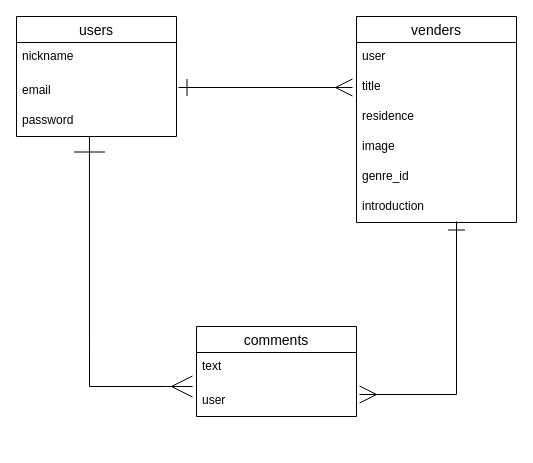
Before: test.dio in minaema1111/vensee, a draw.io diagram. Source tidied: cells renumbered, new cells numbered last; positions are measured from the earlier drawing's top-left corner, leaving out a move shared by most shapes. Both pictures are drawn from the tidied source at 100%, with x=0, y=0 at pixel (16, 16).
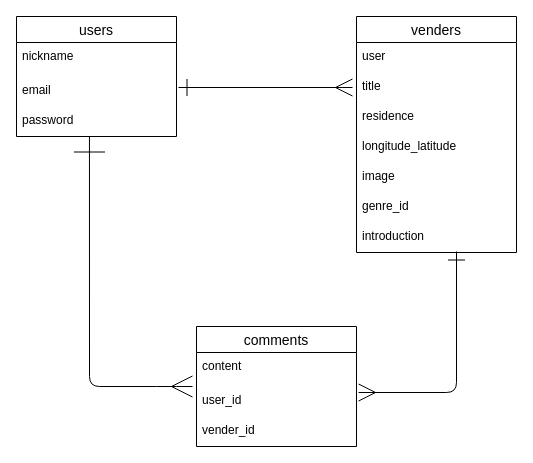
The same diagram, later.

The change refers to these unchanged cells:
```xml
<mxCell id="5" value="password" style="text;strokeColor=none;fillColor=none;spacingLeft=4;spacingRight=4;overflow=hidden;points=[[0,0.5],[1,0.5]];portConstraint=eastwest;fontSize=12;" parent="2" vertex="1">
  <mxGeometry y="90" width="160" height="30" as="geometry" />
</mxCell>
```

Change to the diagram source:
```diff
@@
     <mxCell id="6" value="venders" style="swimlane;fontStyle=0;horizontal=1;startSize=26;align=center;fontSize=14;" parent="1" vertex="1">
-      <mxGeometry x="340" width="160" height="206" as="geometry" />
+      <mxGeometry x="340" width="160" height="236" as="geometry" />
     </mxCell>
@@
+    <mxCell id="11" value="longitude_latitude" style="text;strokeColor=none;fillColor=none;spacingLeft=4;spacingRight=4;overflow=hidden;fontSize=12;" parent="6" vertex="1">
+      <mxGeometry y="116" width="160" height="30" as="geometry" />
+    </mxCell>
     <mxCell id="10" value="image" style="text;strokeColor=none;fillColor=none;spacingLeft=4;spacingRight=4;overflow=hidden;fontSize=12;" parent="6" vertex="1">
-      <mxGeometry y="116" width="160" height="30" as="geometry" />
+      <mxGeometry y="146" width="160" height="30" as="geometry" />
     </mxCell>
-    <mxCell id="11" value="genre_id" style="text;strokeColor=none;fillColor=none;spacingLeft=4;spacingRight=4;overflow=hidden;fontSize=12;" parent="6" vertex="1">
-      <mxGeometry y="146" width="160" height="30" as="geometry" />
-    </mxCell>
+    <mxCell id="19" value="genre_id" style="text;strokeColor=none;fillColor=none;spacingLeft=4;spacingRight=4;overflow=hidden;fontSize=12;" parent="6" vertex="1">
+      <mxGeometry y="176" width="160" height="30" as="geometry" />
+    </mxCell>
     <mxCell id="12" value="introduction" style="text;strokeColor=none;fillColor=none;spacingLeft=4;spacingRight=4;overflow=hidden;points=[[0,0.5],[1,0.5]];portConstraint=eastwest;fontSize=12;" parent="6" vertex="1">
-      <mxGeometry y="176" width="160" height="30" as="geometry" />
+      <mxGeometry y="206" width="160" height="30" as="geometry" />
     </mxCell>
     <mxCell id="13" value="comments" style="swimlane;fontStyle=0;horizontal=1;startSize=26;align=center;fontSize=14;" parent="1" vertex="1">
-      <mxGeometry x="180" y="310" width="160" height="90" as="geometry" />
+      <mxGeometry x="180" y="310" width="160" height="120" as="geometry" />
     </mxCell>
-    <mxCell id="14" value="text" style="text;strokeColor=none;fillColor=none;spacingLeft=4;spacingRight=4;overflow=hidden;fontSize=12;" parent="13" vertex="1">
+    <mxCell id="14" value="content" style="text;strokeColor=none;fillColor=none;spacingLeft=4;spacingRight=4;overflow=hidden;fontSize=12;" parent="13" vertex="1">
       <mxGeometry y="26" width="160" height="34" as="geometry" />
     </mxCell>
+    <mxCell id="20" value="user_id" style="text;strokeColor=none;fillColor=none;spacingLeft=4;spacingRight=4;overflow=hidden;points=[[0,0.5],[1,0.5]];portConstraint=eastwest;fontSize=12;" parent="13" vertex="1">
+      <mxGeometry y="60" width="160" height="30" as="geometry" />
+    </mxCell>
-    <mxCell id="15" value="user" style="text;strokeColor=none;fillColor=none;spacingLeft=4;spacingRight=4;overflow=hidden;points=[[0,0.5],[1,0.5]];portConstraint=eastwest;fontSize=12;" parent="13" vertex="1">
-      <mxGeometry y="60" width="160" height="30" as="geometry" />
+    <mxCell id="15" value="vender_id" style="text;strokeColor=none;fillColor=none;spacingLeft=4;spacingRight=4;overflow=hidden;points=[[0,0.5],[1,0.5]];portConstraint=eastwest;fontSize=12;" parent="13" vertex="1">
+      <mxGeometry y="90" width="160" height="30" as="geometry" />
     </mxCell>
-    <mxCell id="16" style="endArrow=ERone;html=1;entryX=0.456;entryY=1;entryDx=0;entryDy=0;entryPerimeter=0;rounded=0;strokeWidth=1;startArrow=ERmany;startFill=0;startSize=19;endFill=0;endSize=29;" parent="1" edge="1" target="5">
+    <mxCell id="16" style="endArrow=ERone;html=1;entryX=0.456;entryY=1;entryDx=0;entryDy=0;entryPerimeter=0;strokeWidth=1;startArrow=ERmany;startFill=0;startSize=19;endFill=0;endSize=29;" parent="1" edge="1" target="5">
       <mxGeometry relative="1" as="geometry">
         <mxPoint x="176" y="370" as="sourcePoint" />
         <Array as="points">
           <mxPoint x="150" y="370" />
           <mxPoint x="73" y="370" />
         </Array>
       </mxGeometry>
     </mxCell>
@@
-    <mxCell id="18" style="endArrow=ERone;html=1;startSize=15;endSize=15;strokeWidth=1;entryX=0.625;entryY=0.967;entryDx=0;entryDy=0;entryPerimeter=0;exitX=1.019;exitY=0.267;exitDx=0;exitDy=0;exitPerimeter=0;rounded=0;startArrow=ERmany;startFill=0;endFill=0;" parent="1" edge="1" source="15" target="12">
+    <mxCell id="18" style="endArrow=ERone;html=1;startSize=15;endSize=15;strokeWidth=1;entryX=0.625;entryY=0.967;entryDx=0;entryDy=0;entryPerimeter=0;exitX=1.013;exitY=0.2;exitDx=0;exitDy=0;exitPerimeter=0;startArrow=ERmany;startFill=0;endFill=0;" parent="1" edge="1" source="20" target="12">
       <mxGeometry relative="1" as="geometry">
         <Array as="points">
-          <mxPoint x="440" y="378" />
+          <mxPoint x="440" y="376" />
         </Array>
       </mxGeometry>
     </mxCell>
```
